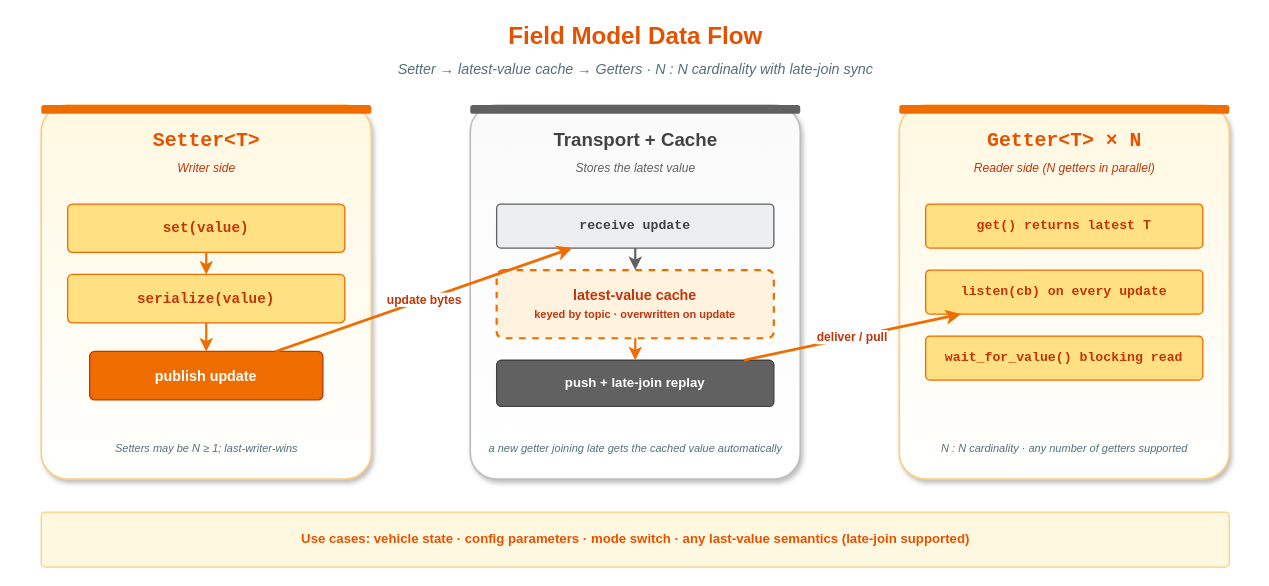
Before: doc/images/field-dataflow.drawio in PinkMan-03/vlink, a draw.io diagram. Source tidied: cells renumbered, new cells numbered last; positions are measured from the earlier drawing's top-left corner, leaving out a move shared by most shapes. Both pictures are drawn from the tidied source at 110%, with x=0, y=0 at pixel (19, 19).
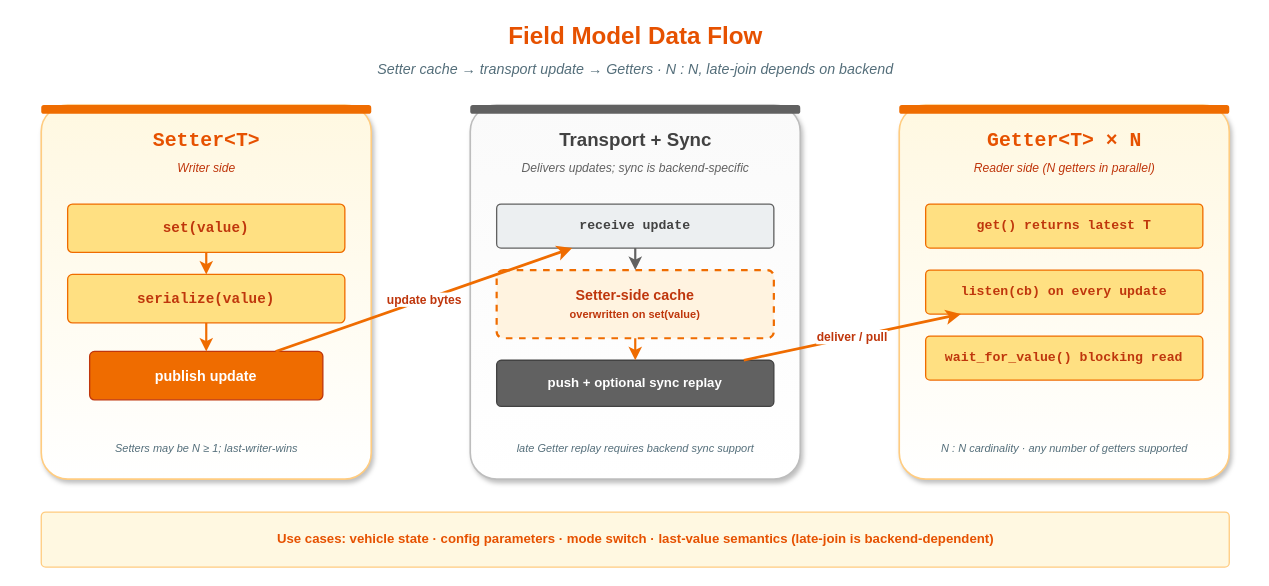
The same page after the edit.

Diff of the diagram source:
```diff
@@
-    <mxCell id="3" value="Setter → latest-value cache → Getters    ·    N : N cardinality with late-join sync" style="text;html=1;align=center;verticalAlign=middle;strokeColor=none;fillColor=none;fontSize=13;fontStyle=2;fontColor=#546e7a;" parent="1" vertex="1">
+    <mxCell id="3" value="Setter cache → transport update → Getters    ·    N : N, late-join depends on backend" style="text;html=1;align=center;verticalAlign=middle;strokeColor=none;fillColor=none;fontSize=13;fontStyle=2;fontColor=#546e7a;" parent="1" vertex="1">
       <mxGeometry y="34" width="1120" height="22" as="geometry" />
     </mxCell>
@@
-    <mxCell id="16" value="Transport + Cache" style="text;html=1;align=center;verticalAlign=middle;strokeColor=none;fillColor=none;fontSize=17;fontStyle=1;fontColor=#424242;" parent="1" vertex="1">
+    <mxCell id="16" value="Transport + Sync" style="text;html=1;align=center;verticalAlign=middle;strokeColor=none;fillColor=none;fontSize=17;fontStyle=1;fontColor=#424242;" parent="1" vertex="1">
       <mxGeometry x="410" y="96" width="300" height="30" as="geometry" />
     </mxCell>
-    <mxCell id="17" value="Stores the latest value" style="text;html=1;align=center;verticalAlign=middle;strokeColor=none;fillColor=none;fontSize=11;fontStyle=2;fontColor=#616161;" parent="1" vertex="1">
+    <mxCell id="17" value="Delivers updates; sync is backend-specific" style="text;html=1;align=center;verticalAlign=middle;strokeColor=none;fillColor=none;fontSize=11;fontStyle=2;fontColor=#616161;" parent="1" vertex="1">
       <mxGeometry x="410" y="126" width="300" height="18" as="geometry" />
     </mxCell>
@@
-    <mxCell id="19" value="&lt;b&gt;latest-value cache&lt;/b&gt;&lt;br/&gt;&lt;span style=&quot;font-size:10px;&quot;&gt;keyed by topic · overwritten on update&lt;/span&gt;" style="rounded=1;whiteSpace=wrap;html=1;fillColor=#fff3e0;strokeColor=#ef6c00;strokeWidth=2;dashed=1;arcSize=10;fontSize=13;fontStyle=1;fontColor=#bf360c;" parent="1" vertex="1">
+    <mxCell id="19" value="&lt;b&gt;Setter-side cache&lt;/b&gt;&lt;br/&gt;&lt;span style=&quot;font-size:10px;&quot;&gt;overwritten on set(value)&lt;/span&gt;" style="rounded=1;whiteSpace=wrap;html=1;fillColor=#fff3e0;strokeColor=#ef6c00;strokeWidth=2;dashed=1;arcSize=10;fontSize=13;fontStyle=1;fontColor=#bf360c;" parent="1" vertex="1">
       <mxGeometry x="434" y="228" width="252" height="62" as="geometry" />
     </mxCell>
-    <mxCell id="20" value="push + late-join replay" style="rounded=1;whiteSpace=wrap;html=1;fillColor=#616161;strokeColor=#424242;strokeWidth=1.2;arcSize=10;fontSize=12;fontStyle=1;fontColor=#ffffff;" parent="1" vertex="1">
+    <mxCell id="20" value="push + optional sync replay" style="rounded=1;whiteSpace=wrap;html=1;fillColor=#616161;strokeColor=#424242;strokeWidth=1.2;arcSize=10;fontSize=12;fontStyle=1;fontColor=#ffffff;" parent="1" vertex="1">
       <mxGeometry x="434" y="310" width="252" height="42" as="geometry" />
     </mxCell>
@@
-    <mxCell id="23" value="a new getter joining late gets the cached value automatically" style="text;html=1;align=center;verticalAlign=middle;strokeColor=none;fillColor=none;fontSize=10;fontStyle=2;fontColor=#546e7a;" parent="1" vertex="1">
+    <mxCell id="23" value="late Getter replay requires backend sync support" style="text;html=1;align=center;verticalAlign=middle;strokeColor=none;fillColor=none;fontSize=10;fontStyle=2;fontColor=#546e7a;" parent="1" vertex="1">
       <mxGeometry x="410" y="378" width="300" height="24" as="geometry" />
     </mxCell>
@@
-    <mxCell id="35" value="Use cases:  vehicle state  ·  config parameters  ·  mode switch  ·  any last-value semantics (late-join supported)" style="text;html=1;align=center;verticalAlign=middle;strokeColor=none;fillColor=none;fontSize=12;fontStyle=1;fontColor=#e65100;" parent="1" vertex="1">
+    <mxCell id="35" value="Use cases:  vehicle state  ·  config parameters  ·  mode switch  ·  last-value semantics (late-join is backend-dependent)" style="text;html=1;align=center;verticalAlign=middle;strokeColor=none;fillColor=none;fontSize=12;fontStyle=1;fontColor=#e65100;" parent="1" vertex="1">
       <mxGeometry x="20" y="448" width="1080" height="50" as="geometry" />
     </mxCell>
```
